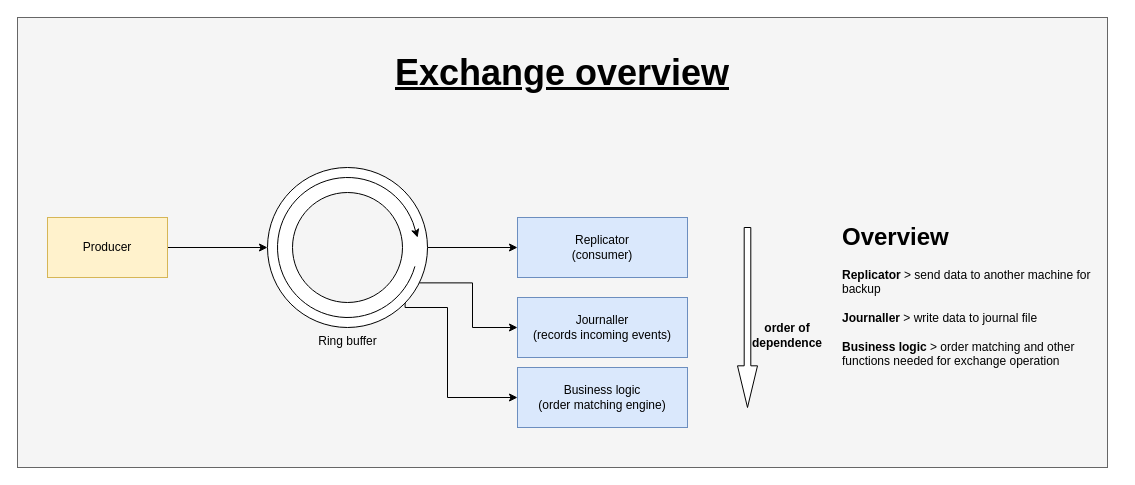
Before: architecture/exchange_architecture_overview.drawio in kevm314/cpp-exchange, a draw.io diagram. Source tidied: cells renumbered, new cells numbered last; positions are measured from the earlier drawing's top-left corner, leaving out a move shared by most shapes. Both pictures are drawn from the tidied source at 100%, with x=0, y=0 at pixel (17, 17).
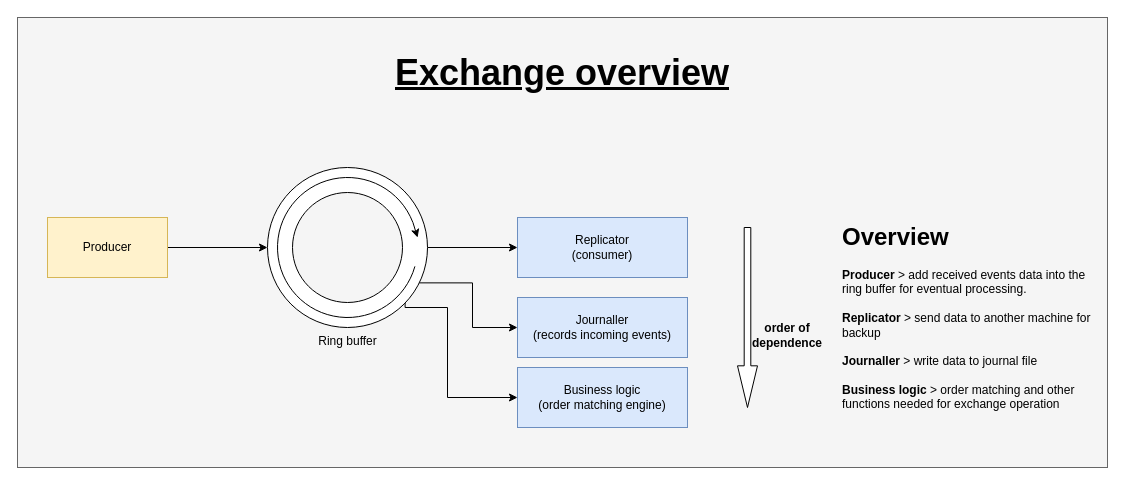
Above is the later version.

Change to the diagram source:
```diff
@@
 <mxGraphModel>
   <root>
     <mxCell id="0" />
     <mxCell id="1" parent="0" />
     <mxCell id="2" style="rounded=0;whiteSpace=wrap;html=1;fillColor=#f5f5f5;fontColor=#333333;strokeColor=#666666;" parent="1" vertex="1">
       <mxGeometry width="1090" height="450" as="geometry" />
     </mxCell>
     <mxCell id="3" style="edgeStyle=orthogonalEdgeStyle;rounded=0;jettySize=auto;html=1;" parent="1" edge="1" source="4" target="8">
       <mxGeometry relative="1" as="geometry" />
     </mxCell>
     <mxCell id="4" value="Producer" style="rounded=0;whiteSpace=wrap;html=1;fillColor=#fff2cc;strokeColor=#d6b656;" parent="1" vertex="1">
       <mxGeometry x="30" y="200" width="120" height="60" as="geometry" />
     </mxCell>
     <mxCell id="5" style="edgeStyle=orthogonalEdgeStyle;rounded=0;jettySize=auto;html=1;entryX=0;entryY=0.5;entryDx=0;entryDy=0;exitX=0.949;exitY=0.721;exitDx=0;exitDy=0;exitPerimeter=0;" parent="1" edge="1" source="8" target="9">
       <mxGeometry relative="1" as="geometry" />
     </mxCell>
     <mxCell id="6" style="edgeStyle=orthogonalEdgeStyle;rounded=0;jettySize=auto;html=1;" parent="1" edge="1" source="8" target="10">
       <mxGeometry relative="1" as="geometry" />
     </mxCell>
     <mxCell id="7" style="edgeStyle=orthogonalEdgeStyle;rounded=0;jettySize=auto;html=1;entryX=0;entryY=0.5;entryDx=0;entryDy=0;exitX=0.86;exitY=0.846;exitDx=0;exitDy=0;exitPerimeter=0;" parent="1" edge="1" source="8" target="11">
       <mxGeometry relative="1" as="geometry">
         <Array as="points">
           <mxPoint x="388" y="290" />
           <mxPoint x="430" y="290" />
           <mxPoint x="430" y="380" />
         </Array>
       </mxGeometry>
     </mxCell>
     <mxCell id="8" value="Ring buffer" style="verticalLabelPosition=bottom;verticalAlign=top;html=1;shape=mxgraph.basic.donut;dx=25;" parent="1" vertex="1">
       <mxGeometry x="250" y="150" width="160" height="160" as="geometry" />
     </mxCell>
     <mxCell id="9" value="Journaller&lt;br&gt;(records incoming events)" style="rounded=0;whiteSpace=wrap;html=1;fillColor=#dae8fc;strokeColor=#6c8ebf;" parent="1" vertex="1">
       <mxGeometry x="500" y="280" width="170" height="60" as="geometry" />
     </mxCell>
     <mxCell id="10" value="Replicator&lt;br&gt;(consumer)" style="rounded=0;whiteSpace=wrap;html=1;fillColor=#dae8fc;strokeColor=#6c8ebf;" parent="1" vertex="1">
       <mxGeometry x="500" y="200" width="170" height="60" as="geometry" />
     </mxCell>
     <mxCell id="11" value="Business logic &lt;br&gt;(order matching engine)" style="rounded=0;whiteSpace=wrap;html=1;fillColor=#dae8fc;strokeColor=#6c8ebf;" parent="1" vertex="1">
       <mxGeometry x="500" y="350" width="170" height="60" as="geometry" />
     </mxCell>
     <mxCell id="12" style="verticalLabelPosition=bottom;verticalAlign=top;html=1;shape=mxgraph.basic.arc;startAngle=0.2934506846033576;endAngle=0.19132022459424308;" parent="1" vertex="1">
       <mxGeometry x="260" y="160" width="140" height="140" as="geometry" />
     </mxCell>
     <mxCell id="13" style="endArrow=classic;html=1;rounded=0;exitX=0.967;exitY=0.32;exitDx=0;exitDy=0;exitPerimeter=0;entryX=0.938;entryY=0.438;entryDx=0;entryDy=0;entryPerimeter=0;" parent="1" edge="1" source="12" target="8">
       <mxGeometry relative="1" as="geometry" />
     </mxCell>
     <mxCell id="14" style="shape=singleArrow;direction=south;whiteSpace=wrap;html=1;arrowWidth=0.33103448275861636;arrowSize=0.2315649867373994;" parent="1" vertex="1">
       <mxGeometry x="720" y="210" width="20" height="180" as="geometry" />
     </mxCell>
-    <mxCell id="15" value="&lt;h1&gt;&lt;span style=&quot;background-color: initial;&quot;&gt;Overview&lt;/span&gt;&lt;/h1&gt;&lt;div&gt;&lt;span style=&quot;background-color: initial;&quot;&gt;&lt;b&gt;Replicator&lt;/b&gt; &amp;gt; send data to another machine for backup&lt;/span&gt;&lt;br&gt;&lt;/div&gt;&lt;div&gt;&lt;span style=&quot;background-color: initial;&quot;&gt;&lt;br&gt;&lt;/span&gt;&lt;/div&gt;&lt;div&gt;&lt;span style=&quot;background-color: initial;&quot;&gt;&lt;b&gt;Journaller&lt;/b&gt;&amp;nbsp;&amp;gt; write data to journal file&lt;/span&gt;&lt;/div&gt;&lt;div&gt;&lt;span style=&quot;background-color: initial;&quot;&gt;&lt;br&gt;&lt;/span&gt;&lt;/div&gt;&lt;div&gt;&lt;span style=&quot;background-color: initial;&quot;&gt;&lt;b&gt;Business logic &lt;/b&gt;&amp;gt; order matching and other functions needed for exchange operation&lt;/span&gt;&lt;/div&gt;&lt;div&gt;&lt;span style=&quot;background-color: initial;&quot;&gt;&lt;br&gt;&lt;/span&gt;&lt;/div&gt;" style="text;html=1;strokeColor=none;fillColor=none;spacing=5;spacingTop=-20;whiteSpace=wrap;overflow=hidden;rounded=0;" parent="1" vertex="1">
-      <mxGeometry x="820" y="200" width="280" height="200" as="geometry" />
+    <mxCell id="15" value="&lt;h1&gt;&lt;span style=&quot;background-color: initial;&quot;&gt;Overview&lt;/span&gt;&lt;/h1&gt;&lt;div&gt;&lt;span style=&quot;background-color: initial;&quot;&gt;&lt;b&gt;Producer &lt;/b&gt;&amp;gt; add received events data into the ring buffer for eventual processing.&lt;/span&gt;&lt;/div&gt;&lt;div&gt;&lt;span style=&quot;background-color: initial;&quot;&gt;&lt;br&gt;&lt;/span&gt;&lt;/div&gt;&lt;div&gt;&lt;span style=&quot;background-color: initial;&quot;&gt;&lt;b&gt;Replicator&lt;/b&gt; &amp;gt; send data to another machine for backup&lt;/span&gt;&lt;br&gt;&lt;/div&gt;&lt;div&gt;&lt;span style=&quot;background-color: initial;&quot;&gt;&lt;br&gt;&lt;/span&gt;&lt;/div&gt;&lt;div&gt;&lt;span style=&quot;background-color: initial;&quot;&gt;&lt;b&gt;Journaller&lt;/b&gt;&amp;nbsp;&amp;gt; write data to journal file&lt;/span&gt;&lt;/div&gt;&lt;div&gt;&lt;span style=&quot;background-color: initial;&quot;&gt;&lt;br&gt;&lt;/span&gt;&lt;/div&gt;&lt;div&gt;&lt;span style=&quot;background-color: initial;&quot;&gt;&lt;b&gt;Business logic &lt;/b&gt;&amp;gt; order matching and other functions needed for exchange operation&lt;/span&gt;&lt;/div&gt;&lt;div&gt;&lt;span style=&quot;background-color: initial;&quot;&gt;&lt;br&gt;&lt;/span&gt;&lt;/div&gt;" style="text;html=1;strokeColor=none;fillColor=none;spacing=5;spacingTop=-20;whiteSpace=wrap;overflow=hidden;rounded=0;" parent="1" vertex="1">
+      <mxGeometry x="820" y="200" width="260" height="200" as="geometry" />
     </mxCell>
     <mxCell id="16" value="&lt;b style=&quot;border-color: var(--border-color);&quot;&gt;order of dependence&lt;/b&gt;" style="text;html=1;strokeColor=none;fillColor=none;align=center;verticalAlign=middle;whiteSpace=wrap;rounded=0;" parent="1" vertex="1">
       <mxGeometry x="750" y="285" width="40" height="65" as="geometry" />
     </mxCell>
     <mxCell id="17" value="&lt;h1 style=&quot;font-size: 36px;&quot;&gt;&lt;span style=&quot;background-color: initial;&quot;&gt;&lt;font style=&quot;font-size: 36px;&quot;&gt;&lt;u&gt;Exchange overview&lt;/u&gt;&lt;/font&gt;&lt;/span&gt;&lt;/h1&gt;" style="text;html=1;strokeColor=none;fillColor=none;spacing=5;spacingTop=-20;whiteSpace=wrap;overflow=hidden;rounded=0;align=center;" parent="1" vertex="1">
       <mxGeometry x="315" y="20" width="460" height="80" as="geometry" />
     </mxCell>
   </root>
 </mxGraphModel>
```
